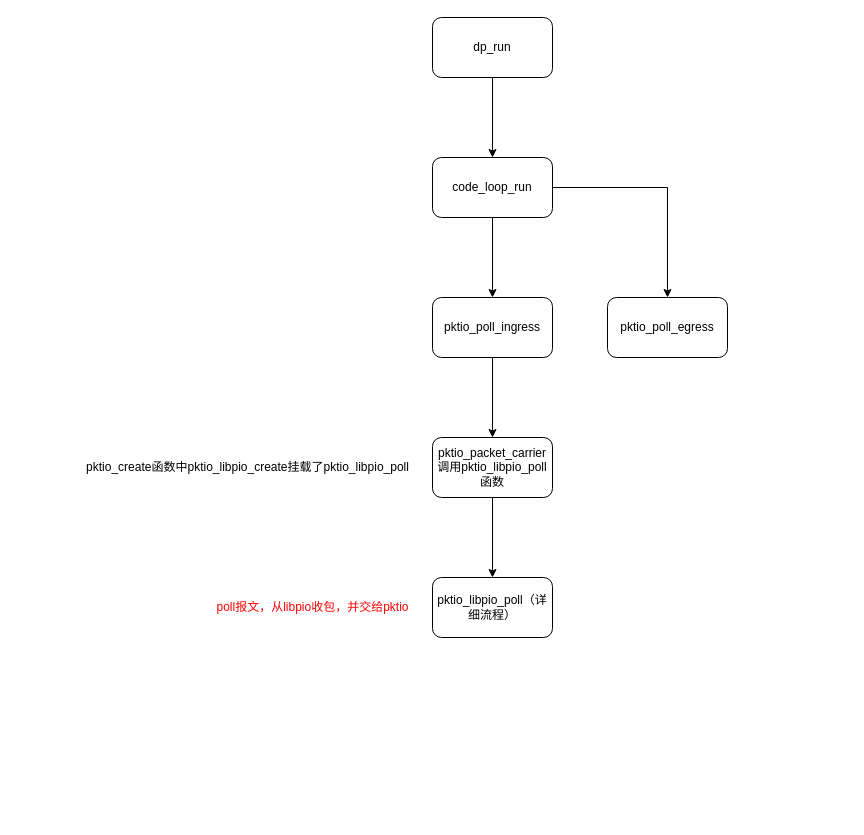
The draw.io diagram page "Traffic procedure" (3 of 4) of Untitled Diagram.drawio in Chandler1990/leetcode, before the edit. Source tidied: cells renumbered, new cells numbered last; positions are measured from the earlier drawing's top-left corner, leaving out a move shared by most shapes. Both pictures are drawn from the tidied source at 100%, with x=0, y=0 at pixel (77, 17).
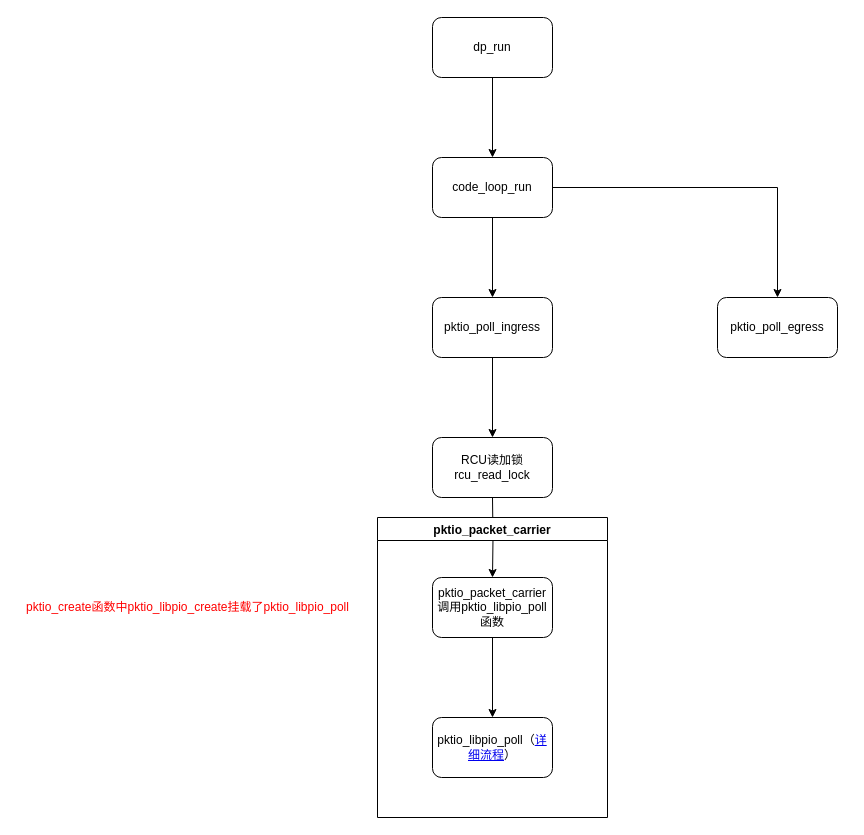
The same diagram, later.

Diff of the diagram source:
```diff
@@
 <mxGraphModel>
   <root>
     <mxCell id="0" />
     <mxCell id="1" parent="0" />
     <mxCell id="2" style="edgeStyle=orthogonalEdgeStyle;rounded=0;jettySize=auto;html=1;" parent="1" edge="1" source="3" target="6">
       <mxGeometry relative="1" as="geometry" />
     </mxCell>
     <mxCell id="3" value="dp_run" style="rounded=1;whiteSpace=wrap;html=1;" parent="1" vertex="1">
       <mxGeometry x="355" width="120" height="60" as="geometry" />
     </mxCell>
     <mxCell id="4" style="edgeStyle=orthogonalEdgeStyle;rounded=0;jettySize=auto;html=1;" parent="1" edge="1" source="6" target="8">
       <mxGeometry relative="1" as="geometry" />
     </mxCell>
     <mxCell id="5" style="edgeStyle=orthogonalEdgeStyle;rounded=0;jettySize=auto;html=1;" parent="1" edge="1" source="6" target="9">
       <mxGeometry relative="1" as="geometry" />
     </mxCell>
     <mxCell id="6" value="code_loop_run" style="rounded=1;whiteSpace=wrap;html=1;" parent="1" vertex="1">
       <mxGeometry x="355" y="140" width="120" height="60" as="geometry" />
     </mxCell>
-    <mxCell id="7" style="edgeStyle=orthogonalEdgeStyle;rounded=0;jettySize=auto;html=1;" parent="1" edge="1" source="8" target="11">
-      <mxGeometry relative="1" as="geometry" />
+    <mxCell id="7" style="edgeStyle=orthogonalEdgeStyle;rounded=0;jettySize=auto;html=1;" parent="1" edge="1" target="11">
+      <mxGeometry relative="1" as="geometry">
+        <mxPoint x="415" y="480" as="sourcePoint" />
+      </mxGeometry>
     </mxCell>
+    <mxCell id="15" style="edgeStyle=orthogonalEdgeStyle;rounded=0;jettySize=auto;html=1;fontColor=#FF0000;" parent="1" edge="1" source="8" target="17">
+      <mxGeometry relative="1" as="geometry" />
+    </mxCell>
     <mxCell id="8" value="pktio_poll_ingress" style="rounded=1;whiteSpace=wrap;html=1;" parent="1" vertex="1">
       <mxGeometry x="355" y="280" width="120" height="60" as="geometry" />
     </mxCell>
     <mxCell id="9" value="&lt;table border=&quot;0&quot; cellpadding=&quot;0&quot; cellspacing=&quot;0&quot; width=&quot;140&quot; style=&quot;border-collapse: collapse ; width: 105pt&quot;&gt;&lt;tbody&gt;&lt;tr style=&quot;height: 14.4pt&quot;&gt;&lt;td height=&quot;19&quot; class=&quot;xl65&quot; width=&quot;140&quot; style=&quot;height: 14.4pt ; width: 105pt&quot;&gt;pktio_poll_egress&lt;/td&gt;&lt;/tr&gt;&lt;/tbody&gt;&lt;/table&gt;" style="rounded=1;whiteSpace=wrap;html=1;" parent="1" vertex="1">
-      <mxGeometry x="530" y="280" width="120" height="60" as="geometry" />
+      <mxGeometry x="640" y="280" width="120" height="60" as="geometry" />
     </mxCell>
     <mxCell id="10" style="edgeStyle=orthogonalEdgeStyle;rounded=0;jettySize=auto;html=1;" parent="1" edge="1" source="11" target="14">
       <mxGeometry relative="1" as="geometry" />
     </mxCell>
     <mxCell id="11" value="pktio_packet_carrier调用pktio_libpio_poll函数" style="rounded=1;whiteSpace=wrap;html=1;" parent="1" vertex="1">
-      <mxGeometry x="355" y="420" width="120" height="60" as="geometry" />
+      <mxGeometry x="355" y="560" width="120" height="60" as="geometry" />
     </mxCell>
-    <mxCell id="12" value="pktio_create函数中pktio_libpio_create挂载了pktio_libpio_poll" style="text;html=1;align=center;verticalAlign=middle;strokeColor=none;fillColor=none;" parent="1" vertex="1">
-      <mxGeometry y="440" width="340" height="20" as="geometry" />
+    <mxCell id="12" value="pktio_create函数中pktio_libpio_create挂载了pktio_libpio_poll" style="text;html=1;align=center;verticalAlign=middle;strokeColor=none;fillColor=none;fontColor=#FF0000;" parent="1" vertex="1">
+      <mxGeometry x="-60" y="580" width="340" height="20" as="geometry" />
     </mxCell>
-    <mxCell id="13" value="poll报文，从libpio收包，并交给pktio" style="text;html=1;align=center;verticalAlign=middle;strokeColor=none;fillColor=none;fontColor=#FF0000;" parent="1" vertex="1">
-      <mxGeometry x="130" y="580" width="210" height="20" as="geometry" />
-    </mxCell>
-    <mxCell id="14" value="pktio_libpio_poll（详细流程）" style="rounded=1;whiteSpace=wrap;html=1;" parent="1" vertex="1">
-      <mxGeometry x="355" y="560" width="120" height="60" as="geometry" />
+    <mxCell id="14" value="pktio_libpio_poll（&lt;a href=&quot;data:page/id,z8qQH7pI1sjCeU_RmoR7&quot;&gt;详细流程&lt;/a&gt;）" style="rounded=1;whiteSpace=wrap;html=1;" parent="1" vertex="1">
+      <mxGeometry x="355" y="700" width="120" height="60" as="geometry" />
     </mxCell>
+    <mxCell id="16" value="pktio_packet_carrier" style="swimlane;" parent="1" vertex="1">
+      <mxGeometry x="300" y="500" width="230" height="300" as="geometry" />
+    </mxCell>
+    <mxCell id="17" value="RCU读加锁rcu_read_lock" style="rounded=1;whiteSpace=wrap;html=1;" parent="1" vertex="1">
+      <mxGeometry x="355" y="420" width="120" height="60" as="geometry" />
+    </mxCell>
   </root>
 </mxGraphModel>
```
